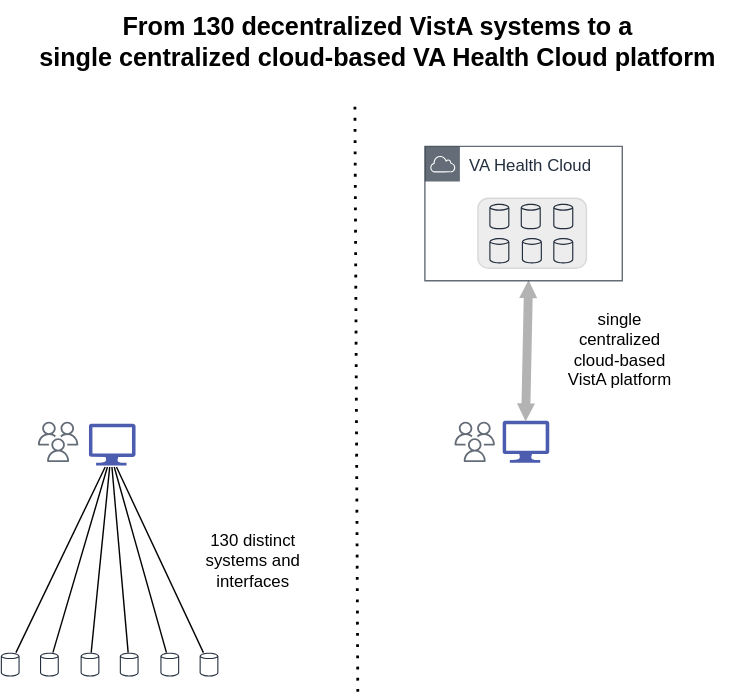
Before: img/vista-to-vaec.svg, a diagram exported from draw.io (cloudvista/vaa). Source tidied: cells renumbered, new cells last; positions are measured from the earlier drawing's top-left corner, leaving out a move shared by most shapes.
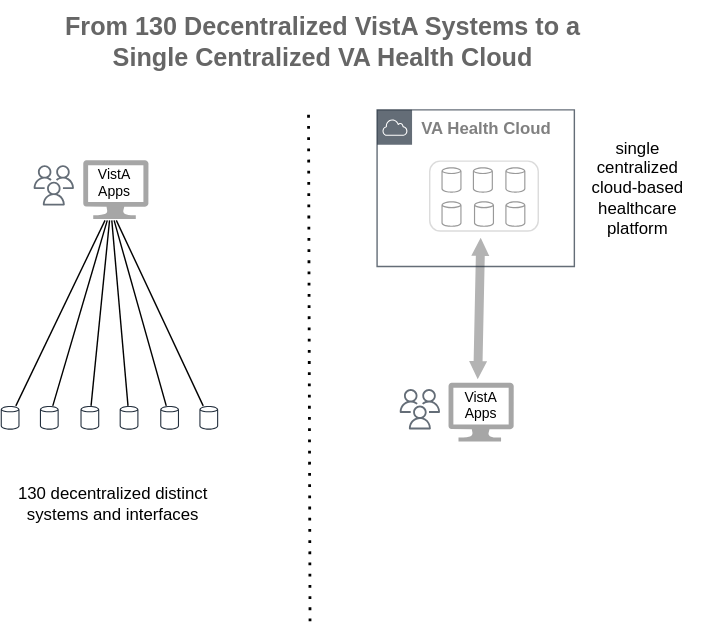
Later version of the same file.

Change to the diagram source:
```diff
@@ -2,113 +2,116 @@
   <root>
     <mxCell id="0" />
     <mxCell id="1" parent="0" />
-    <mxCell id="2" style="rounded=1;whiteSpace=wrap;html=1;strokeColor=#CCCCCC;strokeWidth=1;fillColor=#E6E6E6;opacity=70;" parent="1" vertex="1">
-      <mxGeometry x="340.8" y="141" width="77.6" height="50" as="geometry" />
+    <mxCell id="2" style="rounded=1;whiteSpace=wrap;html=1;strokeColor=#CCCCCC;strokeWidth=1;fillColor=#FFFFFF;opacity=70;" parent="1" vertex="1">
+      <mxGeometry x="340.6" y="140.6" width="77.6" height="50" as="geometry" />
     </mxCell>
-    <mxCell id="3" style="sketch=0;shadow=0;dashed=0;html=1;strokeColor=none;labelPosition=center;verticalLabelPosition=bottom;verticalAlign=top;align=center;fillColor=#00188D;shape=mxgraph.azure.computer;strokeWidth=2;opacity=70;" parent="1" vertex="1">
-      <mxGeometry x="63" y="302" width="33.3" height="30" as="geometry" />
+    <mxCell id="3" style="sketch=0;shadow=0;dashed=0;html=1;strokeColor=none;labelPosition=center;verticalLabelPosition=bottom;verticalAlign=top;align=center;fillColor=#808080;shape=mxgraph.azure.computer;strokeWidth=2;opacity=70;" parent="1" vertex="1">
+      <mxGeometry x="92.9" y="140" width="46.7" height="42" as="geometry" />
     </mxCell>
-    <mxCell id="4" style="group;" parent="1" vertex="1">
-      <mxGeometry x="0.1" y="333" width="163.2" height="150" as="geometry" />
-    </mxCell>
+    <mxCell id="18" style="sketch=0;fontColor=#232F3E;gradientColor=none;strokeColor=#232F3E;fillColor=#ffffff;dashed=0;verticalLabelPosition=bottom;verticalAlign=top;align=center;html=1;fontSize=12;fontStyle=0;shape=mxgraph.aws4.resourceIcon;resIcon=mxgraph.aws4.users;strokeWidth=2;opacity=70;" parent="1" vertex="1">
+      <mxGeometry x="53.9" y="140" width="36" height="36" as="geometry" />
+    </mxCell>
+    <mxCell id="19" style="sketch=0;fontColor=#232F3E;gradientColor=none;strokeColor=#232F3E;fillColor=#ffffff;dashed=0;verticalLabelPosition=bottom;verticalAlign=top;align=center;html=1;fontSize=12;fontStyle=0;shape=mxgraph.aws4.resourceIcon;resIcon=mxgraph.aws4.users;strokeWidth=2;opacity=70;" parent="1" vertex="1">
+      <mxGeometry x="315.6" y="300" width="36" height="36" as="geometry" />
+    </mxCell>
+    <mxCell id="20" style="sketch=0;fontColor=#999999;gradientColor=none;fillColor=#999999;strokeColor=none;dashed=0;verticalLabelPosition=bottom;verticalAlign=top;align=center;html=1;fontSize=12;fontStyle=0;shape=mxgraph.aws4.generic_database;" parent="1" vertex="1">
+      <mxGeometry x="349" y="144.6" width="14.3" height="19" as="geometry" />
+    </mxCell>
+    <mxCell id="21" style="sketch=0;fontColor=#999999;gradientColor=none;fillColor=#999999;strokeColor=none;dashed=0;verticalLabelPosition=bottom;verticalAlign=top;align=center;html=1;fontSize=12;fontStyle=0;shape=mxgraph.aws4.generic_database;" parent="1" vertex="1">
+      <mxGeometry x="371.4" y="144.6" width="14.3" height="19" as="geometry" />
+    </mxCell>
+    <mxCell id="22" style="sketch=0;fontColor=#999999;gradientColor=none;fillColor=#999999;strokeColor=none;dashed=0;verticalLabelPosition=bottom;verticalAlign=top;align=center;html=1;fontSize=12;fontStyle=0;shape=mxgraph.aws4.generic_database;" parent="1" vertex="1">
+      <mxGeometry x="394.7" y="144.6" width="14.3" height="19" as="geometry" />
+    </mxCell>
+    <mxCell id="23" style="sketch=0;fontColor=#999999;gradientColor=none;fillColor=#999999;strokeColor=none;dashed=0;verticalLabelPosition=bottom;verticalAlign=top;align=center;html=1;fontSize=12;fontStyle=0;shape=mxgraph.aws4.generic_database;" parent="1" vertex="1">
+      <mxGeometry x="349" y="169" width="14.3" height="19" as="geometry" />
+    </mxCell>
+    <mxCell id="24" style="sketch=0;fontColor=#999999;gradientColor=none;fillColor=#999999;strokeColor=none;dashed=0;verticalLabelPosition=bottom;verticalAlign=top;align=center;html=1;fontSize=12;fontStyle=0;shape=mxgraph.aws4.generic_database;" parent="1" vertex="1">
+      <mxGeometry x="372.2" y="169" width="14.3" height="19" as="geometry" />
+    </mxCell>
+    <mxCell id="25" style="sketch=0;fontColor=#999999;gradientColor=none;fillColor=#999999;strokeColor=none;dashed=0;verticalLabelPosition=bottom;verticalAlign=top;align=center;html=1;fontSize=12;fontStyle=0;shape=mxgraph.aws4.generic_database;" parent="1" vertex="1">
+      <mxGeometry x="394.7" y="169" width="14.3" height="19" as="geometry" />
+    </mxCell>
+    <mxCell id="26" style="shape=flexArrow;endArrow=classic;startArrow=classic;html=1;endWidth=5.507246376811594;endSize=3.968115942028985;startWidth=5.507246376811594;startSize=3.968115942028985;width=6.3768115942028984;fillColor=#B3B3B3;strokeColor=none;" parent="1" edge="1">
+      <mxGeometry relative="1" as="geometry">
+        <mxPoint x="374.9" y="297" as="sourcePoint" />
+        <mxPoint x="377.1" y="195" as="targetPoint" />
+      </mxGeometry>
+    </mxCell>
+    <mxCell id="27" style="endArrow=none;dashed=1;html=1;dashPattern=1 3;strokeWidth=2;" parent="1" edge="1">
+      <mxGeometry relative="1" as="geometry">
+        <mxPoint x="255.1" y="469.6" as="sourcePoint" />
+        <mxPoint x="254" y="106" as="targetPoint" />
+      </mxGeometry>
+    </mxCell>
+    <mxCell id="28" value="&lt;font color=&quot;#808080&quot;&gt;&lt;b&gt;VA Health Cloud&lt;/b&gt;&lt;/font&gt;" style="gradientColor=none;html=1;whiteSpace=wrap;fontSize=12;fontStyle=0;shape=mxgraph.aws4.group;grIcon=mxgraph.aws4.group_aws_cloud;strokeColor=#232F3E;fillColor=none;verticalAlign=top;align=left;spacingLeft=30;fontColor=#232F3E;dashed=0;strokeWidth=1;opacity=70;" parent="1" vertex="1">
+      <mxGeometry x="303" y="104" width="141" height="112" as="geometry" />
+    </mxCell>
+    <mxCell id="29" value="130 decentralized distinct&lt;br&gt;systems and interfaces" style="text;html=1;align=center;verticalAlign=middle;strokeColor=none;fillColor=none;" parent="1" vertex="1">
+      <mxGeometry x="34" y="366" width="160" height="40" as="geometry" />
+    </mxCell>
+    <mxCell id="31" value="&lt;font color=&quot;#666666&quot; size=&quot;1&quot; style=&quot;&quot;&gt;&lt;b style=&quot;font-size: 18px;&quot;&gt;From 130 Decentralized VistA Systems to a &lt;br&gt;Single Centralized VA Health Cloud&lt;/b&gt;&lt;/font&gt;" style="text;html=1;align=center;verticalAlign=middle;strokeColor=none;fillColor=none;" parent="1" vertex="1">
+      <mxGeometry x="69" y="26" width="390" height="60" as="geometry" />
+    </mxCell>
+    <mxCell id="32" value="single &lt;br&gt;centralized&lt;br&gt;cloud-based&lt;br&gt;healthcare&lt;br&gt;platform" style="text;html=1;align=center;verticalAlign=middle;strokeColor=none;fillColor=none;" parent="1" vertex="1">
+      <mxGeometry x="444" y="115" width="90" height="90" as="geometry" />
+    </mxCell>
+    <mxCell id="33" value="VistA&lt;br style=&quot;font-size: 10px;&quot;&gt;Apps" style="text;html=1;align=center;verticalAlign=middle;strokeColor=none;fillColor=none;fontSize=10;" parent="1" vertex="1">
+      <mxGeometry x="351.7" y="295" width="50" height="40" as="geometry" />
+    </mxCell>
+    <mxCell id="34" value="VistA&lt;br style=&quot;font-size: 10px;&quot;&gt;Apps" style="text;html=1;align=center;verticalAlign=middle;strokeColor=none;fillColor=none;fontSize=10;" parent="1" vertex="1">
+      <mxGeometry x="89.6" y="136" width="50" height="40" as="geometry" />
+    </mxCell>
+    <mxCell id="35" style="sketch=0;shadow=0;dashed=0;html=1;strokeColor=none;labelPosition=center;verticalLabelPosition=bottom;verticalAlign=top;align=center;fillColor=#808080;shape=mxgraph.azure.computer;strokeWidth=2;opacity=70;" parent="1" vertex="1">
+      <mxGeometry x="354" y="299" width="46.7" height="42" as="geometry" />
+    </mxCell>
-    <mxCell id="5" style="sketch=0;outlineConnect=0;fontColor=#232F3E;gradientColor=none;fillColor=#232F3D;strokeColor=none;dashed=0;verticalLabelPosition=bottom;verticalAlign=top;align=center;html=1;fontSize=12;fontStyle=0;shape=mxgraph.aws4.generic_database;" parent="4" vertex="1">
-      <mxGeometry y="132.2" width="13.4" height="17.8" as="geometry" />
+    <mxCell id="5" style="sketch=0;outlineConnect=0;fontColor=#232F3E;gradientColor=none;fillColor=#232F3D;strokeColor=none;dashed=0;verticalLabelPosition=bottom;verticalAlign=top;align=center;html=1;fontSize=12;fontStyle=0;shape=mxgraph.aws4.generic_database;" parent="1" vertex="1">
+      <mxGeometry x="34" y="315.2" width="13.4" height="17.8" as="geometry" />
     </mxCell>
-    <mxCell id="6" style="sketch=0;outlineConnect=0;fontColor=#232F3E;gradientColor=none;fillColor=#232F3D;strokeColor=none;dashed=0;verticalLabelPosition=bottom;verticalAlign=top;align=center;html=1;fontSize=12;fontStyle=0;shape=mxgraph.aws4.generic_database;" parent="4" vertex="1">
-      <mxGeometry x="28" y="132.2" width="13.4" height="17.8" as="geometry" />
+    <mxCell id="6" style="sketch=0;outlineConnect=0;fontColor=#232F3E;gradientColor=none;fillColor=#232F3D;strokeColor=none;dashed=0;verticalLabelPosition=bottom;verticalAlign=top;align=center;html=1;fontSize=12;fontStyle=0;shape=mxgraph.aws4.generic_database;" parent="1" vertex="1">
+      <mxGeometry x="62" y="315.2" width="13.4" height="17.8" as="geometry" />
     </mxCell>
-    <mxCell id="7" style="sketch=0;outlineConnect=0;fontColor=#232F3E;gradientColor=none;fillColor=#232F3D;strokeColor=none;dashed=0;verticalLabelPosition=bottom;verticalAlign=top;align=center;html=1;fontSize=12;fontStyle=0;shape=mxgraph.aws4.generic_database;" parent="4" vertex="1">
-      <mxGeometry x="57" y="132.2" width="13.4" height="17.8" as="geometry" />
+    <mxCell id="7" style="sketch=0;outlineConnect=0;fontColor=#232F3E;gradientColor=none;fillColor=#232F3D;strokeColor=none;dashed=0;verticalLabelPosition=bottom;verticalAlign=top;align=center;html=1;fontSize=12;fontStyle=0;shape=mxgraph.aws4.generic_database;" parent="1" vertex="1">
+      <mxGeometry x="91" y="315.2" width="13.4" height="17.8" as="geometry" />
     </mxCell>
-    <mxCell id="8" style="sketch=0;outlineConnect=0;fontColor=#232F3E;gradientColor=none;fillColor=#232F3D;strokeColor=none;dashed=0;verticalLabelPosition=bottom;verticalAlign=top;align=center;html=1;fontSize=12;fontStyle=0;shape=mxgraph.aws4.generic_database;" parent="4" vertex="1">
-      <mxGeometry x="85" y="132.2" width="13.4" height="17.8" as="geometry" />
+    <mxCell id="8" style="sketch=0;outlineConnect=0;fontColor=#232F3E;gradientColor=none;fillColor=#232F3D;strokeColor=none;dashed=0;verticalLabelPosition=bottom;verticalAlign=top;align=center;html=1;fontSize=12;fontStyle=0;shape=mxgraph.aws4.generic_database;" parent="1" vertex="1">
+      <mxGeometry x="119" y="315.2" width="13.4" height="17.8" as="geometry" />
     </mxCell>
-    <mxCell id="9" style="sketch=0;outlineConnect=0;fontColor=#232F3E;gradientColor=none;fillColor=#232F3D;strokeColor=none;dashed=0;verticalLabelPosition=bottom;verticalAlign=top;align=center;html=1;fontSize=12;fontStyle=0;shape=mxgraph.aws4.generic_database;" parent="4" vertex="1">
-      <mxGeometry x="114" y="132.2" width="13.4" height="17.8" as="geometry" />
+    <mxCell id="9" style="sketch=0;outlineConnect=0;fontColor=#232F3E;gradientColor=none;fillColor=#232F3D;strokeColor=none;dashed=0;verticalLabelPosition=bottom;verticalAlign=top;align=center;html=1;fontSize=12;fontStyle=0;shape=mxgraph.aws4.generic_database;" parent="1" vertex="1">
+      <mxGeometry x="148" y="315.2" width="13.4" height="17.8" as="geometry" />
     </mxCell>
-    <mxCell id="10" style="sketch=0;outlineConnect=0;fontColor=#232F3E;gradientColor=none;fillColor=#232F3D;strokeColor=none;dashed=0;verticalLabelPosition=bottom;verticalAlign=top;align=center;html=1;fontSize=12;fontStyle=0;shape=mxgraph.aws4.generic_database;" parent="4" vertex="1">
-      <mxGeometry x="142" y="132.2" width="13.4" height="17.8" as="geometry" />
+    <mxCell id="10" style="sketch=0;outlineConnect=0;fontColor=#232F3E;gradientColor=none;fillColor=#232F3D;strokeColor=none;dashed=0;verticalLabelPosition=bottom;verticalAlign=top;align=center;html=1;fontSize=12;fontStyle=0;shape=mxgraph.aws4.generic_database;" parent="1" vertex="1">
+      <mxGeometry x="176" y="315.2" width="13.4" height="17.8" as="geometry" />
     </mxCell>
-    <mxCell id="11" style="endArrow=none;html=1;" parent="4" edge="1" source="5">
+    <mxCell id="11" style="endArrow=none;html=1;" parent="1" edge="1" source="5">
       <mxGeometry relative="1" as="geometry">
-        <mxPoint x="74.6" as="targetPoint" />
+        <mxPoint x="108.6" y="183" as="targetPoint" />
       </mxGeometry>
     </mxCell>
-    <mxCell id="12" style="endArrow=none;html=1;" parent="4" edge="1" source="6">
+    <mxCell id="12" style="endArrow=none;html=1;" parent="1" edge="1" source="6">
       <mxGeometry relative="1" as="geometry">
-        <mxPoint x="76.1" as="targetPoint" />
+        <mxPoint x="110.1" y="183" as="targetPoint" />
       </mxGeometry>
     </mxCell>
-    <mxCell id="13" style="endArrow=none;html=1;" parent="4" edge="1" source="7">
+    <mxCell id="13" style="endArrow=none;html=1;" parent="1" edge="1" source="7">
       <mxGeometry relative="1" as="geometry">
-        <mxPoint x="77.8" as="targetPoint" />
+        <mxPoint x="111.8" y="183" as="targetPoint" />
       </mxGeometry>
     </mxCell>
-    <mxCell id="14" style="endArrow=none;html=1;" parent="4" edge="1" source="8">
+    <mxCell id="14" style="endArrow=none;html=1;" parent="1" edge="1" source="8">
       <mxGeometry relative="1" as="geometry">
-        <mxPoint x="79.4" as="targetPoint" />
+        <mxPoint x="113.4" y="183" as="targetPoint" />
       </mxGeometry>
     </mxCell>
-    <mxCell id="15" style="endArrow=none;html=1;" parent="4" edge="1" source="9">
+    <mxCell id="15" style="endArrow=none;html=1;" parent="1" edge="1" source="9">
       <mxGeometry relative="1" as="geometry">
-        <mxPoint x="81" as="targetPoint" />
+        <mxPoint x="115" y="183" as="targetPoint" />
       </mxGeometry>
     </mxCell>
-    <mxCell id="16" style="endArrow=none;html=1;" parent="4" edge="1" source="10">
+    <mxCell id="16" style="endArrow=none;html=1;" parent="1" edge="1" source="10">
       <mxGeometry relative="1" as="geometry">
-        <mxPoint x="82.6" as="targetPoint" />
+        <mxPoint x="116.6" y="183" as="targetPoint" />
       </mxGeometry>
     </mxCell>
-    <mxCell id="17" style="sketch=0;shadow=0;dashed=0;html=1;strokeColor=none;labelPosition=center;verticalLabelPosition=bottom;verticalAlign=top;align=center;fillColor=#00188D;shape=mxgraph.azure.computer;strokeWidth=2;opacity=70;" parent="1" vertex="1">
-      <mxGeometry x="358.5" y="300" width="33.3" height="30" as="geometry" />
-    </mxCell>
-    <mxCell id="18" style="sketch=0;fontColor=#232F3E;gradientColor=none;strokeColor=#232F3E;fillColor=#ffffff;dashed=0;verticalLabelPosition=bottom;verticalAlign=top;align=center;html=1;fontSize=12;fontStyle=0;shape=mxgraph.aws4.resourceIcon;resIcon=mxgraph.aws4.users;strokeWidth=2;opacity=70;" parent="1" vertex="1">
-      <mxGeometry x="23" y="297" width="36" height="36" as="geometry" />
-    </mxCell>
-    <mxCell id="19" style="sketch=0;fontColor=#232F3E;gradientColor=none;strokeColor=#232F3E;fillColor=#ffffff;dashed=0;verticalLabelPosition=bottom;verticalAlign=top;align=center;html=1;fontSize=12;fontStyle=0;shape=mxgraph.aws4.resourceIcon;resIcon=mxgraph.aws4.users;strokeWidth=2;opacity=70;" parent="1" vertex="1">
-      <mxGeometry x="320.6" y="297" width="36" height="36" as="geometry" />
-    </mxCell>
-    <mxCell id="20" style="sketch=0;fontColor=#232F3E;gradientColor=none;fillColor=#232F3D;strokeColor=none;dashed=0;verticalLabelPosition=bottom;verticalAlign=top;align=center;html=1;fontSize=12;fontStyle=0;shape=mxgraph.aws4.generic_database;" parent="1" vertex="1">
-      <mxGeometry x="349" y="144.6" width="14.3" height="19" as="geometry" />
-    </mxCell>
-    <mxCell id="21" style="sketch=0;fontColor=#232F3E;gradientColor=none;fillColor=#232F3D;strokeColor=none;dashed=0;verticalLabelPosition=bottom;verticalAlign=top;align=center;html=1;fontSize=12;fontStyle=0;shape=mxgraph.aws4.generic_database;" parent="1" vertex="1">
-      <mxGeometry x="371.4" y="144.6" width="14.3" height="19" as="geometry" />
-    </mxCell>
-    <mxCell id="22" style="sketch=0;fontColor=#232F3E;gradientColor=none;fillColor=#232F3D;strokeColor=none;dashed=0;verticalLabelPosition=bottom;verticalAlign=top;align=center;html=1;fontSize=12;fontStyle=0;shape=mxgraph.aws4.generic_database;" parent="1" vertex="1">
-      <mxGeometry x="394.7" y="144.6" width="14.3" height="19" as="geometry" />
-    </mxCell>
-    <mxCell id="23" style="sketch=0;fontColor=#232F3E;gradientColor=none;fillColor=#232F3D;strokeColor=none;dashed=0;verticalLabelPosition=bottom;verticalAlign=top;align=center;html=1;fontSize=12;fontStyle=0;shape=mxgraph.aws4.generic_database;" parent="1" vertex="1">
-      <mxGeometry x="349" y="169" width="14.3" height="19" as="geometry" />
-    </mxCell>
-    <mxCell id="24" style="sketch=0;fontColor=#232F3E;gradientColor=none;fillColor=#232F3D;strokeColor=none;dashed=0;verticalLabelPosition=bottom;verticalAlign=top;align=center;html=1;fontSize=12;fontStyle=0;shape=mxgraph.aws4.generic_database;" parent="1" vertex="1">
-      <mxGeometry x="372.2" y="169" width="14.3" height="19" as="geometry" />
-    </mxCell>
-    <mxCell id="25" style="sketch=0;fontColor=#232F3E;gradientColor=none;fillColor=#232F3D;strokeColor=none;dashed=0;verticalLabelPosition=bottom;verticalAlign=top;align=center;html=1;fontSize=12;fontStyle=0;shape=mxgraph.aws4.generic_database;" parent="1" vertex="1">
-      <mxGeometry x="394.7" y="169" width="14.3" height="19" as="geometry" />
-    </mxCell>
-    <mxCell id="26" style="shape=flexArrow;endArrow=classic;startArrow=classic;html=1;endWidth=5.507246376811594;endSize=3.968115942028985;startWidth=5.507246376811594;startSize=3.968115942028985;width=6.3768115942028984;fillColor=#B3B3B3;strokeColor=none;" parent="1" edge="1">
-      <mxGeometry relative="1" as="geometry">
-        <mxPoint x="374.9" y="301" as="sourcePoint" />
-        <mxPoint x="377.1" y="199" as="targetPoint" />
-      </mxGeometry>
-    </mxCell>
-    <mxCell id="27" style="endArrow=none;dashed=1;html=1;dashPattern=1 3;strokeWidth=2;" parent="1" edge="1">
-      <mxGeometry relative="1" as="geometry">
-        <mxPoint x="255.1" y="493.6" as="sourcePoint" />
-        <mxPoint x="253" y="73" as="targetPoint" />
-      </mxGeometry>
-    </mxCell>
-    <mxCell id="28" value="VA Health Cloud" style="gradientColor=none;html=1;whiteSpace=wrap;fontSize=12;fontStyle=0;shape=mxgraph.aws4.group;grIcon=mxgraph.aws4.group_aws_cloud;strokeColor=#232F3E;fillColor=none;verticalAlign=top;align=left;spacingLeft=30;fontColor=#232F3E;dashed=0;strokeWidth=1;opacity=70;" parent="1" vertex="1">
-      <mxGeometry x="303" y="104" width="141" height="96" as="geometry" />
-    </mxCell>
-    <mxCell id="29" value="130 distinct&lt;br&gt;systems and&lt;br&gt;interfaces" style="text;html=1;align=center;verticalAlign=middle;strokeColor=none;fillColor=none;" parent="1" vertex="1">
-      <mxGeometry x="135.1" y="370" width="90" height="60" as="geometry" />
-    </mxCell>
-    <mxCell id="30" value="single&lt;br&gt;centralized&lt;br&gt;cloud-based&lt;br&gt;VistA platform" style="text;html=1;align=center;verticalAlign=middle;strokeColor=none;fillColor=none;" parent="1" vertex="1">
-      <mxGeometry x="391.8" y="214" width="100" height="70" as="geometry" />
-    </mxCell>
-    <mxCell id="31" value="&lt;font size=&quot;1&quot; style=&quot;&quot;&gt;&lt;b style=&quot;font-size: 18px;&quot;&gt;From 130 decentralized VistA systems to a &lt;br&gt;single centralized cloud-based VA Health Cloud platform&lt;/b&gt;&lt;/font&gt;" style="text;html=1;align=center;verticalAlign=middle;strokeColor=none;fillColor=none;" parent="1" vertex="1">
-      <mxGeometry x="14" width="510" height="60" as="geometry" />
-    </mxCell>
   </root>
 </mxGraphModel>
```
